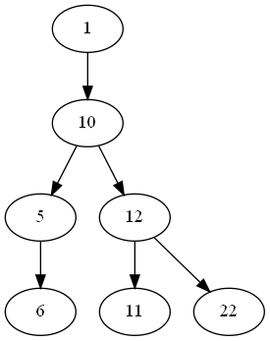
This is lab_06_04/BST.png from xanderkov/TASD, a Graphviz export, as it was before one commit. Its source is kept beside it as lab_06_04/out/BST.gv.
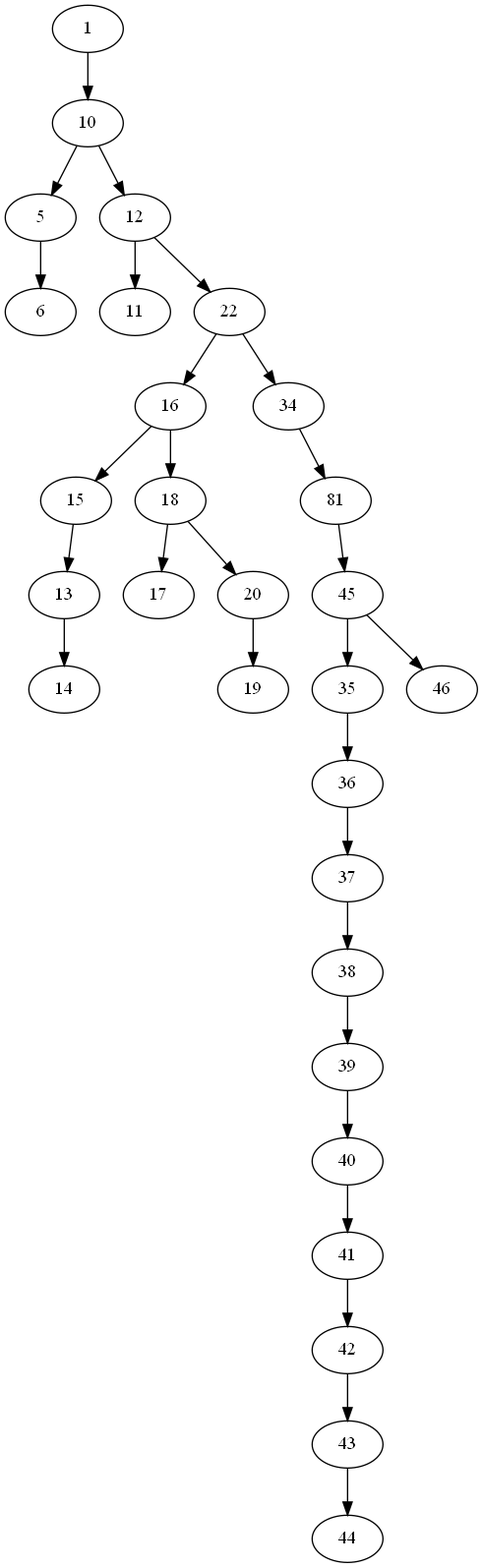
After the commit.

Diff of the diagram source:
```diff
@@ -5,4 +5,26 @@
 5 -> 6;
 12 -> 11;
 12 -> 22;
+22 -> 16;
+22 -> 34;
+16 -> 15;
+16 -> 18;
+15 -> 13;
+13 -> 14;
+18 -> 17;
+18 -> 20;
+20 -> 19;
+34 -> 81;
+81 -> 45;
+45 -> 35;
+45 -> 46;
+35 -> 36;
+36 -> 37;
+37 -> 38;
+38 -> 39;
+39 -> 40;
+40 -> 41;
+41 -> 42;
+42 -> 43;
+43 -> 44;
 }
```
